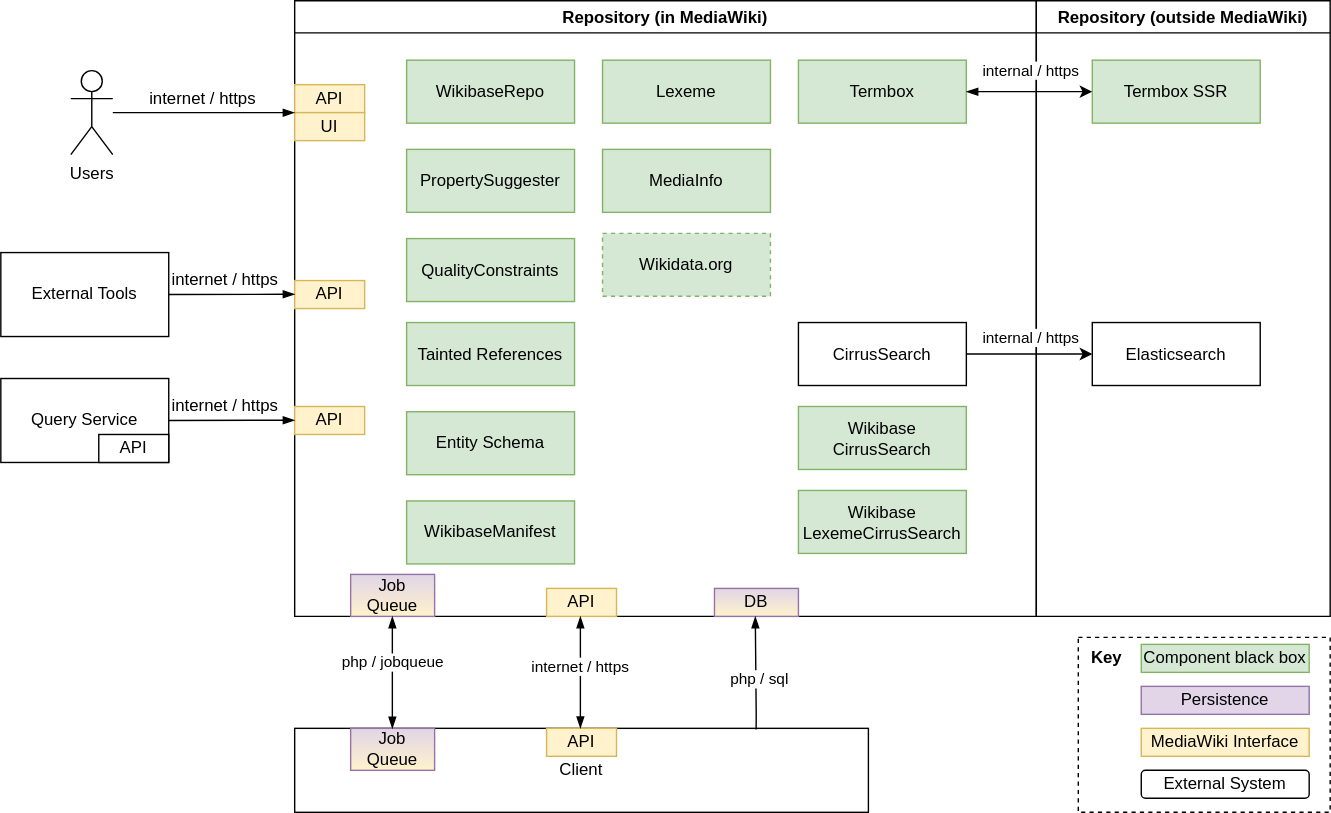
Before: systems/Repository/diagrams/03-technical-context.drawio.svg, a diagram exported from draw.io (wmde/wikidata-wikibase-architecture). Source tidied: cells renumbered, new cells last; positions are measured from the earlier drawing's top-left corner, leaving out a move shared by most shapes.
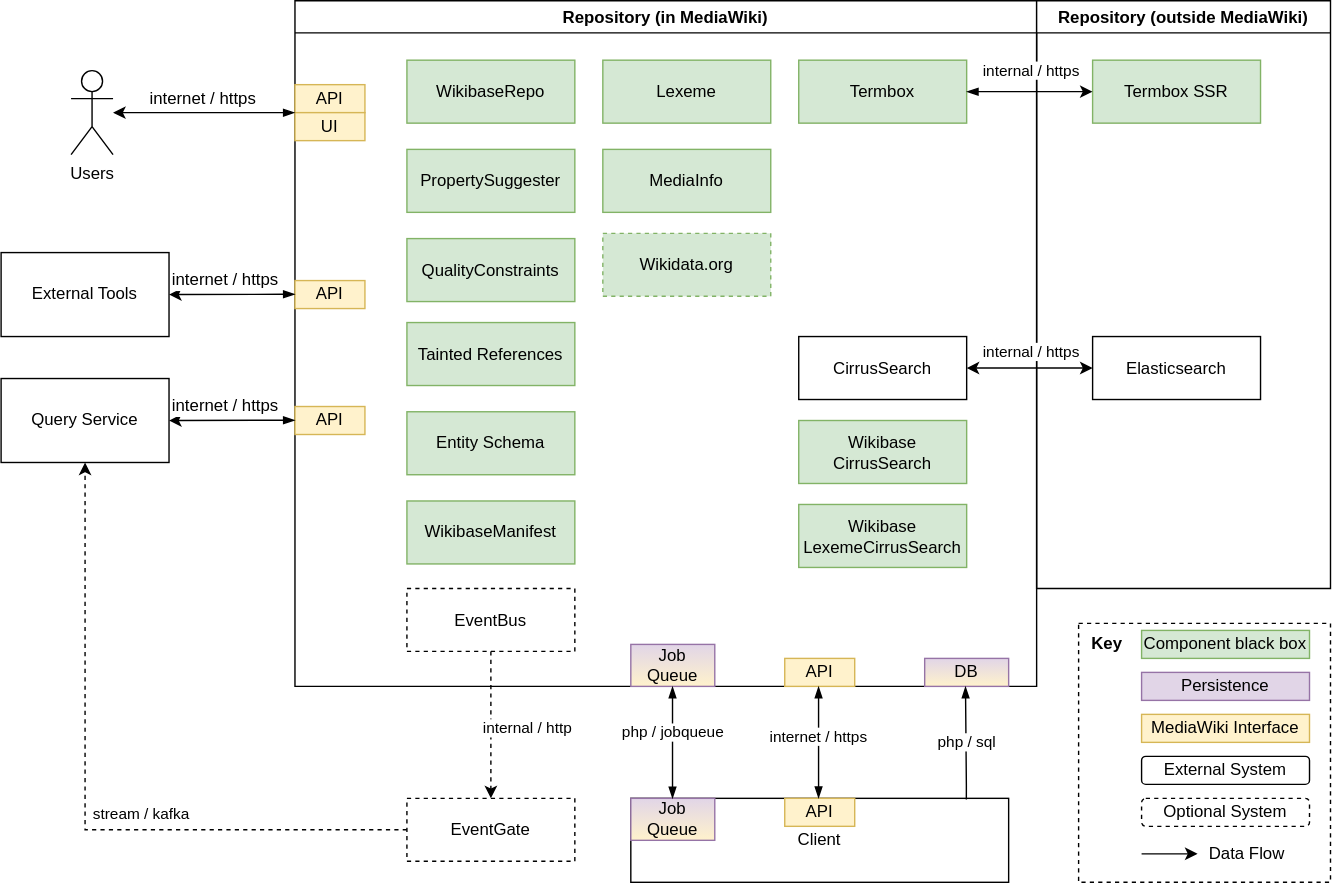
Above is the later version.

Change to the diagram source:
```diff
@@ -3,25 +3,25 @@
     <mxCell id="0" />
     <mxCell id="1" parent="0" />
     <mxCell id="2" style="rounded=0;whiteSpace=wrap;html=1;fillColor=none;dashed=1;" parent="1" vertex="1">
-      <mxGeometry x="770" y="455" width="180" height="125" as="geometry" />
+      <mxGeometry x="770" y="445" width="180" height="185" as="geometry" />
     </mxCell>
     <mxCell id="3" value="&lt;b&gt;Key&lt;/b&gt;" style="text;html=1;align=center;verticalAlign=middle;strokeColor=none;" parent="1" vertex="1">
-      <mxGeometry x="770" y="460" width="40" height="20" as="geometry" />
+      <mxGeometry x="770" y="450" width="40" height="20" as="geometry" />
     </mxCell>
     <mxCell id="4" value="Component black box" style="rounded=0;whiteSpace=wrap;html=1;align=center;fillColor=#d5e8d4;strokeColor=#82b366;" parent="1" vertex="1">
-      <mxGeometry x="815" y="460" width="120" height="20" as="geometry" />
+      <mxGeometry x="815" y="450" width="120" height="20" as="geometry" />
     </mxCell>
     <mxCell id="5" value="External System" style="rounded=1;whiteSpace=wrap;html=1;align=center;" parent="1" vertex="1">
-      <mxGeometry x="815" y="550" width="120" height="20" as="geometry" />
+      <mxGeometry x="815" y="540" width="120" height="20" as="geometry" />
     </mxCell>
     <mxCell id="6" value="MediaWiki Interface" style="rounded=0;whiteSpace=wrap;html=1;align=center;fillColor=#fff2cc;strokeColor=#d6b656;" parent="1" vertex="1">
-      <mxGeometry x="815" y="520" width="120" height="20" as="geometry" />
+      <mxGeometry x="815" y="510" width="120" height="20" as="geometry" />
     </mxCell>
     <mxCell id="7" value="Persistence" style="rounded=0;whiteSpace=wrap;html=1;align=center;fillColor=#e1d5e7;strokeColor=#9673a6;" parent="1" vertex="1">
-      <mxGeometry x="815" y="490" width="120" height="20" as="geometry" />
+      <mxGeometry x="815" y="480" width="120" height="20" as="geometry" />
     </mxCell>
     <mxCell id="8" value="Repository (in MediaWiki)" style="swimlane;" parent="1" vertex="1">
-      <mxGeometry x="210" width="530" height="440" as="geometry" />
+      <mxGeometry x="210" width="530" height="490" as="geometry" />
     </mxCell>
     <mxCell id="9" value="API" style="rounded=0;whiteSpace=wrap;html=1;fillColor=#fff2cc;strokeColor=#d6b656;" parent="8" vertex="1">
       <mxGeometry y="60" width="50" height="20" as="geometry" />
@@ -30,10 +30,10 @@
       <mxGeometry y="80" width="50" height="20" as="geometry" />
     </mxCell>
     <mxCell id="11" value="Job Queue" style="rounded=0;whiteSpace=wrap;html=1;strokeColor=#9673a6;fillColor=#e1d5e7;gradientColor=#FFF2CC;" parent="8" vertex="1">
-      <mxGeometry x="40" y="410" width="60" height="30" as="geometry" />
+      <mxGeometry x="240" y="460" width="60" height="30" as="geometry" />
     </mxCell>
     <mxCell id="12" value="API" style="rounded=0;whiteSpace=wrap;html=1;fillColor=#fff2cc;strokeColor=#d6b656;" parent="8" vertex="1">
-      <mxGeometry x="180" y="420" width="50" height="20" as="geometry" />
+      <mxGeometry x="350" y="470" width="50" height="20" as="geometry" />
     </mxCell>
     <mxCell id="13" value="WikibaseRepo" style="rounded=0;whiteSpace=wrap;html=1;fillColor=#d5e8d4;strokeColor=#82b366;" parent="8" vertex="1">
       <mxGeometry x="80" y="42.5" width="120" height="45" as="geometry" />
@@ -42,19 +42,19 @@
       <mxGeometry x="80" y="106.2" width="120" height="45" as="geometry" />
     </mxCell>
     <mxCell id="15" value="DB" style="rounded=0;whiteSpace=wrap;html=1;strokeColor=#9673a6;fillColor=#e1d5e7;gradientColor=#FFF2CC;" parent="8" vertex="1">
-      <mxGeometry x="300" y="420" width="60" height="20" as="geometry" />
+      <mxGeometry x="450" y="470" width="60" height="20" as="geometry" />
     </mxCell>
     <mxCell id="16" value="QualityConstraints" style="rounded=0;whiteSpace=wrap;html=1;fillColor=#d5e8d4;strokeColor=#82b366;" parent="8" vertex="1">
       <mxGeometry x="80" y="170" width="120" height="45" as="geometry" />
     </mxCell>
     <mxCell id="17" value="Wikibase&lt;br&gt;CirrusSearch" style="rounded=0;whiteSpace=wrap;html=1;fillColor=#d5e8d4;strokeColor=#82b366;" parent="8" vertex="1">
-      <mxGeometry x="360" y="290" width="120" height="45" as="geometry" />
+      <mxGeometry x="360" y="300" width="120" height="45" as="geometry" />
     </mxCell>
     <mxCell id="18" value="Wikibase&lt;br&gt;LexemeCirrusSearch" style="rounded=0;whiteSpace=wrap;html=1;fillColor=#d5e8d4;strokeColor=#82b366;" parent="8" vertex="1">
-      <mxGeometry x="360" y="350" width="120" height="45" as="geometry" />
+      <mxGeometry x="360" y="360" width="120" height="45" as="geometry" />
     </mxCell>
     <mxCell id="19" value="CirrusSearch" style="rounded=0;whiteSpace=wrap;html=1;" parent="8" vertex="1">
-      <mxGeometry x="360" y="230" width="120" height="45" as="geometry" />
+      <mxGeometry x="360" y="240" width="120" height="45" as="geometry" />
     </mxCell>
     <mxCell id="20" value="API" style="rounded=0;whiteSpace=wrap;html=1;fillColor=#fff2cc;strokeColor=#d6b656;" parent="8" vertex="1">
       <mxGeometry y="200" width="50" height="20" as="geometry" />
@@ -62,7 +62,7 @@
     <mxCell id="21" value="API" style="rounded=0;whiteSpace=wrap;html=1;fillColor=#fff2cc;strokeColor=#d6b656;" parent="8" vertex="1">
       <mxGeometry y="290" width="50" height="20" as="geometry" />
     </mxCell>
-    <mxCell id="22" style="endArrow=blockThin;strokeColor=#000000;fontSize=10;fontColor=#000000;strokeWidth=1;endFill=1;startArrow=none;startFill=0;entryX=0;entryY=0;entryDx=0;entryDy=0;" parent="8" edge="1">
+    <mxCell id="22" style="endArrow=blockThin;strokeColor=#000000;fontSize=10;fontColor=#000000;strokeWidth=1;endFill=1;startArrow=classic;startFill=1;entryX=0;entryY=0;entryDx=0;entryDy=0;" parent="8" edge="1">
       <mxGeometry relative="1" as="geometry">
         <mxPoint x="-90" y="300" as="sourcePoint" />
         <mxPoint y="299.8" as="targetPoint" />
@@ -94,10 +94,13 @@
     <mxCell id="30" value="Wikidata.org" style="rounded=0;whiteSpace=wrap;html=1;fillColor=#d5e8d4;strokeColor=#82b366;dashed=1;" parent="8" vertex="1">
       <mxGeometry x="220" y="166.2" width="120" height="45" as="geometry" />
     </mxCell>
+    <mxCell id="55" value="EventBus" style="rounded=0;whiteSpace=wrap;html=1;dashed=1;" parent="8" vertex="1">
+      <mxGeometry x="80" y="420" width="120" height="45" as="geometry" />
+    </mxCell>
     <mxCell id="31" value="Users" style="shape=umlActor;verticalLabelPosition=bottom;verticalAlign=top;html=1;" parent="1" vertex="1">
       <mxGeometry x="50" y="50" width="30" height="60" as="geometry" />
     </mxCell>
-    <mxCell id="32" style="endArrow=blockThin;strokeColor=#000000;fontSize=10;fontColor=#000000;strokeWidth=1;endFill=1;startArrow=none;startFill=0;entryX=0;entryY=0;entryDx=0;entryDy=0;" parent="1" edge="1">
+    <mxCell id="32" style="endArrow=blockThin;strokeColor=#000000;fontSize=10;fontColor=#000000;strokeWidth=1;endFill=1;startArrow=classic;startFill=1;entryX=0;entryY=0;entryDx=0;entryDy=0;" parent="1" edge="1">
       <mxGeometry relative="1" as="geometry">
         <mxPoint x="80" y="80" as="sourcePoint" />
         <mxPoint x="210" y="80" as="targetPoint" />
@@ -112,18 +115,18 @@
       <mxGeometry y="180" width="120" height="60" as="geometry" />
     </mxCell>
     <mxCell id="35" value="Client" style="rounded=0;whiteSpace=wrap;html=1;" parent="1" vertex="1">
-      <mxGeometry x="210" y="520" width="410" height="60" as="geometry" />
+      <mxGeometry x="450" y="570" width="270" height="60" as="geometry" />
     </mxCell>
     <mxCell id="36" value="Job Queue" style="rounded=0;whiteSpace=wrap;html=1;strokeColor=#9673a6;fillColor=#e1d5e7;gradientColor=#FFF2CC;" parent="1" vertex="1">
-      <mxGeometry x="250" y="520" width="60" height="30" as="geometry" />
+      <mxGeometry x="450" y="570" width="60" height="30" as="geometry" />
     </mxCell>
     <mxCell id="37" value="API" style="rounded=0;whiteSpace=wrap;html=1;fillColor=#fff2cc;strokeColor=#d6b656;" parent="1" vertex="1">
-      <mxGeometry x="390" y="520" width="50" height="20" as="geometry" />
+      <mxGeometry x="560" y="570" width="50" height="20" as="geometry" />
     </mxCell>
     <mxCell id="38" style="edgeStyle=orthogonalEdgeStyle;rounded=0;orthogonalLoop=1;jettySize=auto;html=1;entryX=0.5;entryY=1;entryDx=0;entryDy=0;startArrow=blockThin;startFill=1;endArrow=blockThin;endFill=1;" parent="1" edge="1">
       <mxGeometry relative="1" as="geometry">
-        <mxPoint x="279.8" y="520.2" as="sourcePoint" />
-        <mxPoint x="279.8" y="440" as="targetPoint" />
+        <mxPoint x="479.8" y="570.2" as="sourcePoint" />
+        <mxPoint x="479.8" y="490" as="targetPoint" />
       </mxGeometry>
     </mxCell>
     <mxCell id="39" value="php / jobqueue" style="edgeLabel;html=1;align=center;verticalAlign=middle;" parent="38" vertex="1">
@@ -132,13 +135,10 @@
     <mxCell id="40" value="Query Service" style="rounded=0;whiteSpace=wrap;html=1;" parent="1" vertex="1">
       <mxGeometry y="270" width="120" height="60" as="geometry" />
     </mxCell>
-    <mxCell id="41" value="API" style="rounded=0;whiteSpace=wrap;html=1;" parent="1" vertex="1">
-      <mxGeometry x="70" y="310" width="50" height="20" as="geometry" />
-    </mxCell>
     <mxCell id="42" style="edgeStyle=orthogonalEdgeStyle;rounded=0;orthogonalLoop=1;jettySize=auto;html=1;startArrow=blockThin;startFill=1;endArrow=blockThin;endFill=1;" parent="1" edge="1">
       <mxGeometry relative="1" as="geometry">
-        <mxPoint x="414.2" y="440" as="sourcePoint" />
-        <mxPoint x="414.2" y="520" as="targetPoint" />
+        <mxPoint x="584.2" y="490" as="sourcePoint" />
+        <mxPoint x="584.2" y="570" as="targetPoint" />
       </mxGeometry>
     </mxCell>
     <mxCell id="43" value="internet / https" style="edgeLabel;html=1;align=center;verticalAlign=middle;" parent="42" vertex="1">
@@ -146,17 +146,19 @@
     </mxCell>
     <mxCell id="44" style="edgeStyle=orthogonalEdgeStyle;rounded=0;orthogonalLoop=1;jettySize=auto;html=1;exitX=0.816;exitY=0.01;exitDx=0;exitDy=0;endArrow=blockThin;endFill=1;exitPerimeter=0;" parent="1" edge="1">
       <mxGeometry relative="1" as="geometry">
-        <mxPoint x="539.8" y="520.8" as="sourcePoint" />
-        <mxPoint x="539.2" y="440" as="targetPoint" />
+        <mxPoint x="689.8" y="570.8" as="sourcePoint" />
+        <mxPoint x="689.2" y="490" as="targetPoint" />
         <Array as="points">
-          <mxPoint x="539.2" y="511" />
+          <mxPoint x="689.2" y="561" />
         </Array>
       </mxGeometry>
     </mxCell>
     <mxCell id="45" value="php / sql" style="edgeLabel;html=1;align=center;verticalAlign=middle;" parent="44" vertex="1">
-      <mxGeometry x="-0.11" y="-2" relative="1" as="geometry" />
+      <mxGeometry x="-0.11" y="-2" relative="1" as="geometry">
+        <mxPoint x="-2" y="-5" as="offset" />
+      </mxGeometry>
     </mxCell>
-    <mxCell id="46" style="endArrow=blockThin;strokeColor=#000000;fontSize=10;fontColor=#000000;strokeWidth=1;endFill=1;startArrow=none;startFill=0;entryX=0;entryY=0;entryDx=0;entryDy=0;" parent="1" edge="1">
+    <mxCell id="46" style="endArrow=blockThin;strokeColor=#000000;fontSize=10;fontColor=#000000;strokeWidth=1;endFill=1;startArrow=classic;startFill=1;entryX=0;entryY=0;entryDx=0;entryDy=0;" parent="1" edge="1">
       <mxGeometry relative="1" as="geometry">
         <mxPoint x="120" y="210" as="sourcePoint" />
         <mxPoint x="210" y="209.8" as="targetPoint" />
@@ -168,13 +170,13 @@
       </mxGeometry>
     </mxCell>
     <mxCell id="48" value="Repository (outside MediaWiki)" style="swimlane;" parent="1" vertex="1">
-      <mxGeometry x="740" width="210" height="440" as="geometry" />
+      <mxGeometry x="740" width="210" height="420" as="geometry" />
     </mxCell>
     <mxCell id="49" value="Termbox SSR" style="rounded=0;whiteSpace=wrap;html=1;fillColor=#d5e8d4;strokeColor=#82b366;" parent="48" vertex="1">
       <mxGeometry x="40" y="42.5" width="120" height="45" as="geometry" />
     </mxCell>
     <mxCell id="50" value="Elasticsearch" style="rounded=0;whiteSpace=wrap;html=1;" parent="48" vertex="1">
-      <mxGeometry x="40" y="230" width="120" height="45" as="geometry" />
+      <mxGeometry x="40" y="240" width="120" height="45" as="geometry" />
     </mxCell>
     <mxCell id="51" style="edgeStyle=orthogonalEdgeStyle;rounded=0;jettySize=auto;html=1;startArrow=blockThin;startFill=1;" parent="1" edge="1" source="24" target="49">
       <mxGeometry relative="1" as="geometry" />
@@ -184,7 +186,7 @@
         <mxPoint x="7" y="-16" as="offset" />
       </mxGeometry>
     </mxCell>
-    <mxCell id="53" style="edgeStyle=orthogonalEdgeStyle;rounded=0;jettySize=auto;html=1;entryX=0;entryY=0.5;entryDx=0;entryDy=0;startArrow=none;startFill=0;" parent="1" edge="1" source="19" target="50">
+    <mxCell id="53" style="edgeStyle=orthogonalEdgeStyle;rounded=0;jettySize=auto;html=1;entryX=0;entryY=0.5;entryDx=0;entryDy=0;startArrow=classic;startFill=1;" parent="1" edge="1" source="19" target="50">
       <mxGeometry relative="1" as="geometry" />
     </mxCell>
     <mxCell id="54" value="internal / https" style="edgeLabel;html=1;align=center;verticalAlign=middle;" parent="53" vertex="1">
@@ -192,5 +194,36 @@
         <mxPoint x="10" y="-10" as="offset" />
       </mxGeometry>
     </mxCell>
+    <mxCell id="56" value="Optional System" style="rounded=1;whiteSpace=wrap;html=1;align=center;dashed=1;" parent="1" vertex="1">
+      <mxGeometry x="815" y="570" width="120" height="20" as="geometry" />
+    </mxCell>
+    <mxCell id="57" style="edgeStyle=orthogonalEdgeStyle;rounded=0;jettySize=auto;html=1;entryX=0.5;entryY=1;entryDx=0;entryDy=0;dashed=1;" parent="1" edge="1" source="59" target="40">
+      <mxGeometry relative="1" as="geometry" />
+    </mxCell>
+    <mxCell id="58" value="stream / kafka" style="edgeLabel;html=1;align=center;verticalAlign=middle;" parent="57" vertex="1">
+      <mxGeometry x="0.23" y="-2" relative="1" as="geometry">
+        <mxPoint x="38" y="60" as="offset" />
+      </mxGeometry>
+    </mxCell>
+    <mxCell id="59" value="EventGate" style="rounded=0;whiteSpace=wrap;html=1;dashed=1;" parent="1" vertex="1">
+      <mxGeometry x="290" y="570" width="120" height="45" as="geometry" />
+    </mxCell>
+    <mxCell id="60" style="edgeStyle=orthogonalEdgeStyle;rounded=0;jettySize=auto;html=1;entryX=0.5;entryY=0;entryDx=0;entryDy=0;exitX=0.5;exitY=1;exitDx=0;exitDy=0;dashed=1;" parent="1" edge="1" source="55" target="59">
+      <mxGeometry relative="1" as="geometry" />
+    </mxCell>
+    <mxCell id="61" value="internal / http" style="edgeLabel;html=1;align=center;verticalAlign=middle;" parent="60" vertex="1">
+      <mxGeometry x="-0.17" y="-3" relative="1" as="geometry">
+        <mxPoint x="29" y="11" as="offset" />
+      </mxGeometry>
+    </mxCell>
+    <mxCell id="62" style="endArrow=classic;html=1;" parent="1" edge="1">
+      <mxGeometry relative="1" as="geometry">
+        <mxPoint x="815" y="609.7" as="sourcePoint" />
+        <mxPoint x="855" y="609.7" as="targetPoint" />
+      </mxGeometry>
+    </mxCell>
+    <mxCell id="63" value="Data Flow" style="text;html=1;align=center;verticalAlign=middle;strokeColor=none;" parent="1" vertex="1">
+      <mxGeometry x="855" y="600" width="70" height="20" as="geometry" />
+    </mxCell>
   </root>
 </mxGraphModel>
```
